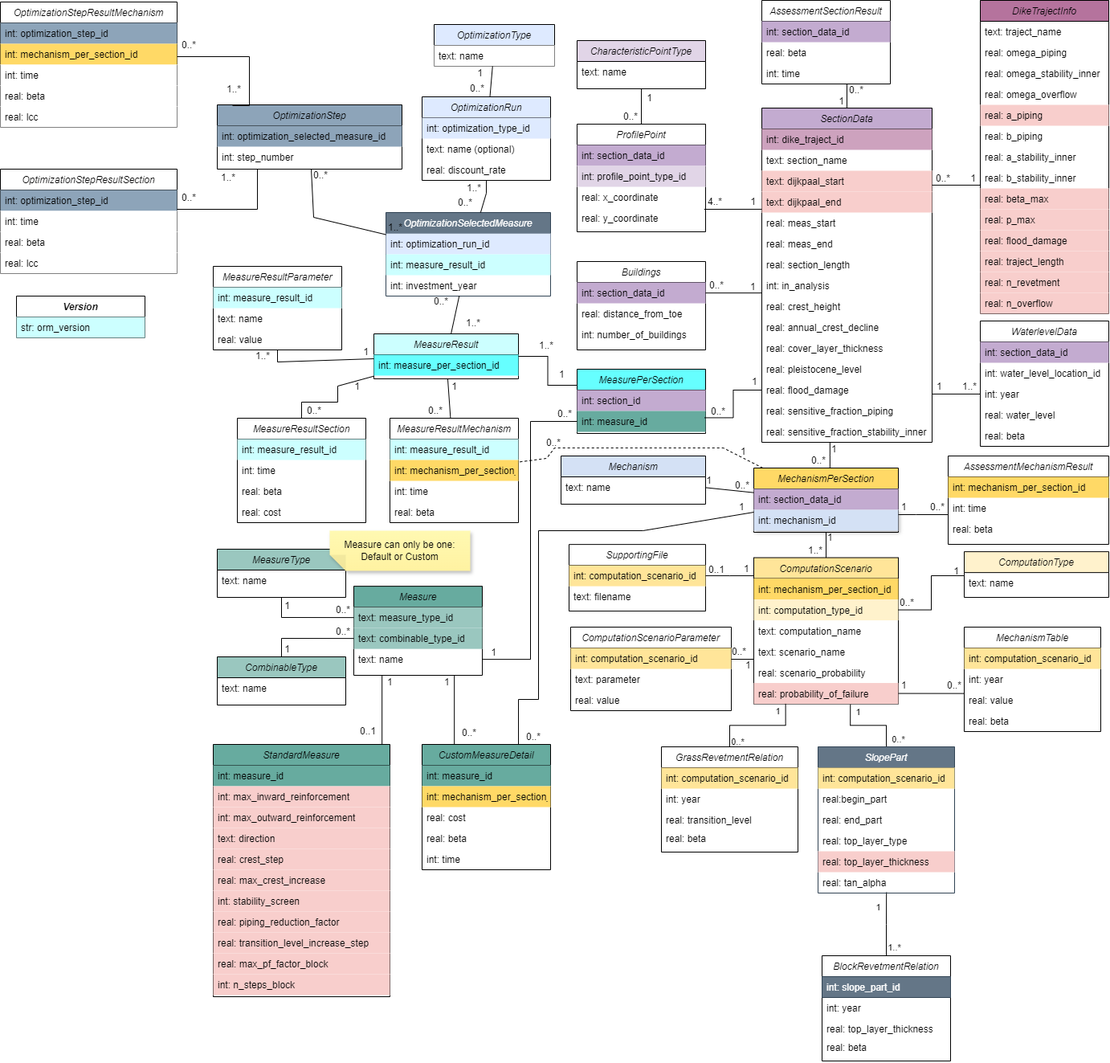
Before: docs/db_diagram/vrtool_sql_input.drawio.png, a diagram exported from draw.io (Deltares/Veiligheidsrendement). Source tidied: cells renumbered, new cells last; positions are measured from the earlier drawing's top-left corner, leaving out a move shared by most shapes.
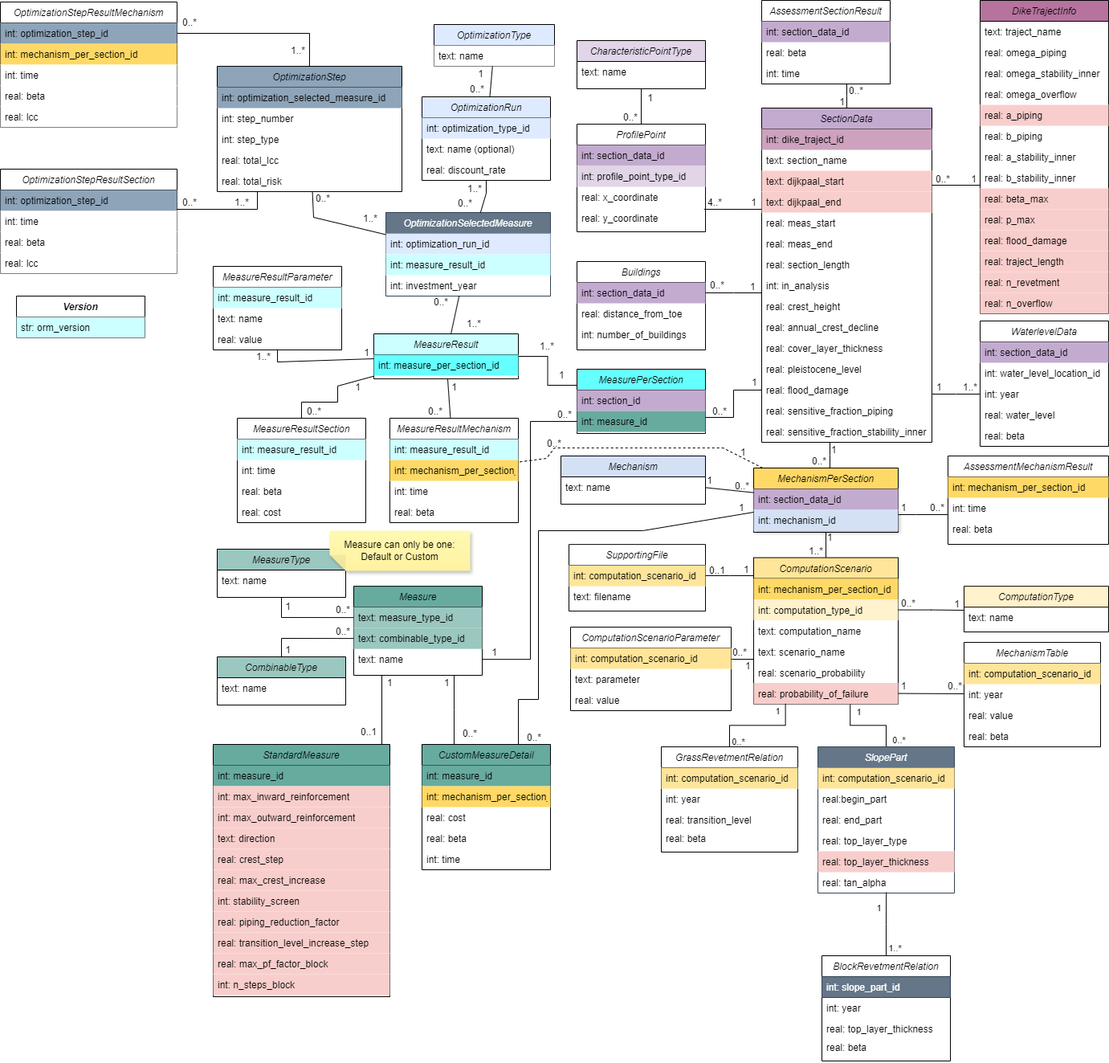
Above is the later version.

Change to the diagram source:
```diff
@@ -90,7 +90,7 @@
       <mxGeometry y="104" width="160" height="26" as="geometry" />
     </mxCell>
     <mxCell id="31" value="MechanismTable" style="swimlane;fontStyle=2;align=center;verticalAlign=top;horizontal=1;startSize=26;rounded=0;shadow=0;strokeWidth=1;fillColor=none;" parent="1" vertex="1">
-      <mxGeometry x="1200" y="780" width="170" height="130" as="geometry" />
+      <mxGeometry x="1200" y="799" width="170" height="130" as="geometry" />
     </mxCell>
     <mxCell id="32" value="int: computation_scenario_id" style="text;align=left;verticalAlign=top;spacingLeft=4;spacingRight=4;overflow=hidden;rounded=0;shadow=0;html=0;fillColor=#FFE599;" parent="31" vertex="1">
       <mxGeometry y="26" width="170" height="26" as="geometry" />
@@ -176,7 +176,7 @@
     <mxCell id="59" value="real: probability_of_failure" style="text;align=left;verticalAlign=top;spacingLeft=4;spacingRight=4;overflow=hidden;points=[[0,0.5],[1,0.5]];portConstraint=eastwest;rounded=0;shadow=0;html=0;fillColor=#F8CECC;" parent="53" vertex="1">
       <mxGeometry y="156" width="180" height="26" as="geometry" />
     </mxCell>
-    <mxCell id="60" style="endArrow=none;html=1;rounded=0;entryX=0.992;entryY=0.324;entryDx=0;entryDy=0;exitX=0;exitY=0.5;exitDx=0;exitDy=0;entryPerimeter=0;edgeStyle=elbowEdgeStyle;" parent="1" edge="1" source="15" target="41">
+    <mxCell id="60" style="endArrow=none;html=1;rounded=0;exitX=0;exitY=0.5;exitDx=0;exitDy=0;edgeStyle=elbowEdgeStyle;entryX=1;entryY=0.75;entryDx=0;entryDy=0;" parent="1" edge="1" source="15" target="39">
       <mxGeometry relative="1" as="geometry" />
     </mxCell>
     <mxCell id="61" value="1" style="html=1;whiteSpace=wrap;align=left;verticalAlign=bottom;" parent="60" vertex="1">
@@ -298,7 +298,7 @@
       </mxGeometry>
     </mxCell>
     <mxCell id="88" value="ComputationType" style="swimlane;fontStyle=2;align=center;verticalAlign=top;horizontal=1;startSize=26;rounded=0;shadow=0;strokeWidth=1;fillColor=#FFF2CC;" parent="1" vertex="1">
-      <mxGeometry x="1200" y="686.1" width="180" height="56.9" as="geometry" />
+      <mxGeometry x="1200" y="729.1" width="180" height="56.9" as="geometry" />
     </mxCell>
     <mxCell id="89" value="text: name" style="text;align=left;verticalAlign=top;spacingLeft=4;spacingRight=4;overflow=hidden;points=[[0,0.5],[1,0.5]];portConstraint=eastwest;rounded=0;shadow=0;html=0;" parent="88" vertex="1">
       <mxGeometry y="26" width="180" height="26" as="geometry" />
@@ -307,11 +307,13 @@
       <mxGeometry relative="1" as="geometry" />
     </mxCell>
     <mxCell id="91" value="0..*" style="html=1;whiteSpace=wrap;align=left;verticalAlign=bottom;" parent="90" vertex="1">
-      <mxGeometry x="-1" relative="1" as="geometry" />
+      <mxGeometry x="-1" relative="1" as="geometry">
+        <mxPoint x="2" as="offset" />
+      </mxGeometry>
     </mxCell>
     <mxCell id="92" value="1" style="html=1;whiteSpace=wrap;align=right;verticalAlign=bottom;" parent="90" vertex="1">
       <mxGeometry x="1" relative="1" as="geometry">
-        <mxPoint x="-4" y="4" as="offset" />
+        <mxPoint x="-4" y="1" as="offset" />
       </mxGeometry>
     </mxCell>
     <mxCell id="93" style="endArrow=none;html=1;rounded=0;edgeStyle=elbowEdgeStyle;" parent="1" edge="1" source="2" target="36">
@@ -842,7 +844,7 @@
       </mxGeometry>
     </mxCell>
     <mxCell id="233" value="OptimizationStep" style="swimlane;fontStyle=2;align=center;verticalAlign=top;horizontal=1;startSize=26;rounded=0;shadow=0;strokeWidth=1;fillColor=#8da4b9;" parent="1" vertex="1">
-      <mxGeometry x="270" y="130" width="230" height="80" as="geometry" />
+      <mxGeometry x="270" y="82" width="230" height="156" as="geometry" />
     </mxCell>
     <mxCell id="234" value="int: optimization_selected_measure_id" style="text;align=left;verticalAlign=top;spacingLeft=4;spacingRight=4;overflow=hidden;rounded=0;shadow=0;html=0;fillColor=#8da4b9;" parent="233" vertex="1">
       <mxGeometry y="26" width="230" height="26" as="geometry" />
@@ -850,6 +852,15 @@
     <mxCell id="235" value="int: step_number" style="text;align=left;verticalAlign=top;spacingLeft=4;spacingRight=4;overflow=hidden;" parent="233" vertex="1">
       <mxGeometry y="52" width="230" height="26" as="geometry" />
     </mxCell>
+    <mxCell id="279" value="int: step_type" style="text;align=left;verticalAlign=top;spacingLeft=4;spacingRight=4;overflow=hidden;" parent="233" vertex="1">
+      <mxGeometry y="78" width="230" height="26" as="geometry" />
+    </mxCell>
+    <mxCell id="280" value="real: total_lcc" style="text;align=left;verticalAlign=top;spacingLeft=4;spacingRight=4;overflow=hidden;" parent="233" vertex="1">
+      <mxGeometry y="104" width="230" height="26" as="geometry" />
+    </mxCell>
+    <mxCell id="281" value="real: total_risk" style="text;align=left;verticalAlign=top;spacingLeft=4;spacingRight=4;overflow=hidden;" parent="233" vertex="1">
+      <mxGeometry y="130" width="230" height="26" as="geometry" />
+    </mxCell>
     <mxCell id="236" style="endArrow=none;html=1;rounded=0;" parent="1" edge="1" source="223" target="233">
       <mxGeometry relative="1" as="geometry">
         <Array as="points">
@@ -859,7 +870,7 @@
     </mxCell>
     <mxCell id="237" value="1..*" style="html=1;whiteSpace=wrap;align=left;verticalAlign=bottom;" parent="236" vertex="1">
       <mxGeometry x="-1" relative="1" as="geometry">
-        <mxPoint x="1" as="offset" />
+        <mxPoint x="-30" y="-12" as="offset" />
       </mxGeometry>
     </mxCell>
     <mxCell id="238" value="0..*" style="html=1;whiteSpace=wrap;align=right;verticalAlign=bottom;" parent="236" vertex="1">
@@ -966,16 +977,12 @@
     <mxCell id="263" value="real: lcc" style="text;align=left;verticalAlign=top;spacingLeft=4;spacingRight=4;overflow=hidden;rounded=0;shadow=0;html=0;fillColor=#FFFFFF;" parent="258" vertex="1">
       <mxGeometry y="130" width="220" height="26" as="geometry" />
     </mxCell>
-    <mxCell id="264" style="endArrow=none;html=1;rounded=0;exitX=0.083;exitY=0.012;exitDx=0;exitDy=0;exitPerimeter=0;edgeStyle=elbowEdgeStyle;" parent="1" edge="1" source="233" target="258">
-      <mxGeometry relative="1" as="geometry">
-        <Array as="points">
-          <mxPoint x="310" y="70" />
-        </Array>
-      </mxGeometry>
+    <mxCell id="264" style="endArrow=none;html=1;rounded=0;exitX=0.5;exitY=0;exitDx=0;exitDy=0;edgeStyle=orthogonalEdgeStyle;entryX=1;entryY=0.25;entryDx=0;entryDy=0;" parent="1" edge="1" source="233" target="258">
+      <mxGeometry relative="1" as="geometry" />
     </mxCell>
     <mxCell id="265" value="1..*" style="html=1;whiteSpace=wrap;align=left;verticalAlign=bottom;" parent="264" vertex="1">
       <mxGeometry x="-1" relative="1" as="geometry">
-        <mxPoint x="-9" y="-11" as="offset" />
+        <mxPoint x="-25" y="-11" as="offset" />
       </mxGeometry>
     </mxCell>
     <mxCell id="266" value="0..*" style="html=1;whiteSpace=wrap;align=right;verticalAlign=bottom;" parent="264" vertex="1">
@@ -1007,12 +1014,12 @@
     </mxCell>
     <mxCell id="273" value="1..*" style="html=1;whiteSpace=wrap;align=left;verticalAlign=bottom;" parent="272" vertex="1">
       <mxGeometry x="-1" relative="1" as="geometry">
-        <mxPoint x="-47" y="20" as="offset" />
+        <mxPoint x="-30" y="22" as="offset" />
       </mxGeometry>
     </mxCell>
     <mxCell id="274" value="0..*" style="html=1;whiteSpace=wrap;align=right;verticalAlign=bottom;" parent="272" vertex="1">
       <mxGeometry x="1" relative="1" as="geometry">
-        <mxPoint x="26" y="-5" as="offset" />
+        <mxPoint x="26" as="offset" />
       </mxGeometry>
     </mxCell>
     <mxCell id="275" value="Version" style="swimlane;fontStyle=3;align=center;verticalAlign=top;horizontal=1;startSize=26;rounded=0;shadow=0;strokeWidth=1;fillColor=#FFFFFF;" parent="1" vertex="1">
```
